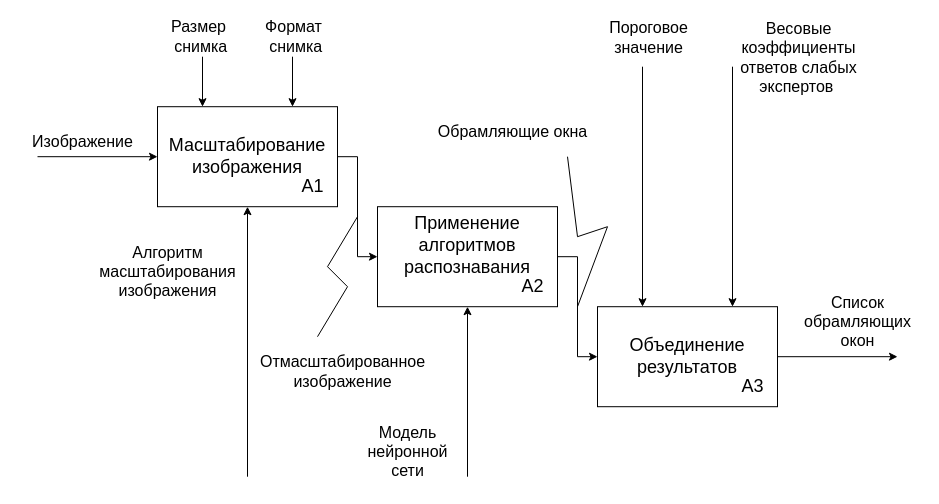
Above: page "method-a1" (13 of 19) of docs/drawio/research-schemas.drawio in migregal/bmstu-iu7-thesis (draw.io), before the change. Source tidied: cells renumbered, new cells numbered last; positions are measured from the earlier drawing's top-left corner, leaving out a move shared by most shapes. Both pictures are drawn from the tidied source at 100%, with x=0, y=0 at pixel (17, 56).
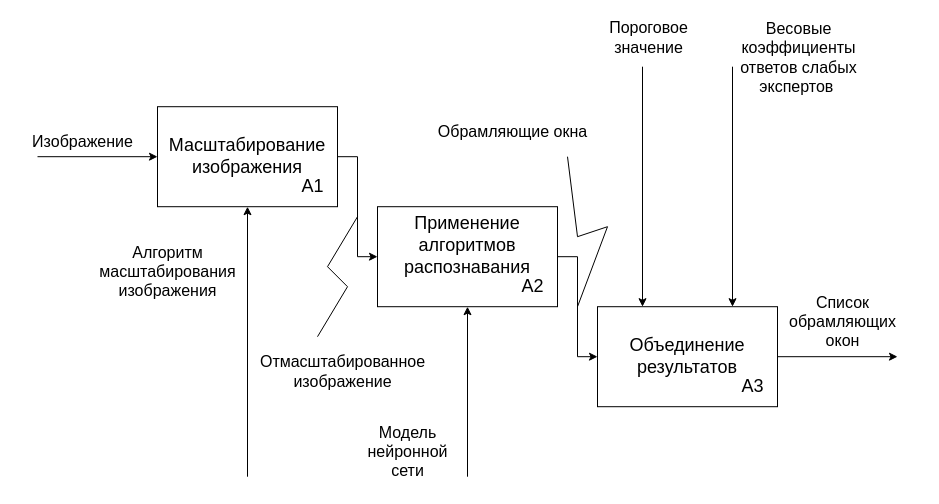
Above is the later version.

The change refers to these unchanged cells:
```xml
<mxCell id="3" value="&lt;span style=&quot;font-size: 18px;&quot;&gt;Масштабирование изображения&lt;/span&gt;" style="rounded=0;whiteSpace=wrap;html=1;" parent="1" vertex="1">
  <mxGeometry x="140" y="50.2" width="180" height="100" as="geometry" />
</mxCell>
```

The edit, as a diff of the source:
```diff
@@
     <mxCell id="12" value="Список&lt;br&gt;обрамляющих&lt;br&gt;окон" style="text;html=1;align=center;verticalAlign=middle;strokeColor=none;fillColor=none;fontSize=16;" parent="1" vertex="1">
-      <mxGeometry x="775" y="230.2" width="130" height="70" as="geometry" />
+      <mxGeometry x="760" y="230.2" width="130" height="70" as="geometry" />
     </mxCell>
@@
-    <mxCell id="24" style="endArrow=classic;html=1;rounded=0;entryX=0.25;entryY=0;entryDx=0;entryDy=0;" parent="1" edge="1" target="3">
-      <mxGeometry relative="1" as="geometry">
-        <mxPoint x="185" y="0.2" as="sourcePoint" />
-      </mxGeometry>
-    </mxCell>
-    <mxCell id="25" value="Размер&lt;br&gt;&amp;nbsp;снимка" style="edgeLabel;html=1;align=center;verticalAlign=middle;fontSize=16;labelBackgroundColor=none;" parent="24" vertex="1">
-      <mxGeometry x="-0.27" y="3" relative="1" as="geometry">
-        <mxPoint x="-8" y="-39" as="offset" />
-      </mxGeometry>
-    </mxCell>
-    <mxCell id="26" style="endArrow=classic;html=1;rounded=0;entryX=0.75;entryY=0;entryDx=0;entryDy=0;" parent="1" edge="1" target="3">
-      <mxGeometry relative="1" as="geometry">
-        <mxPoint x="275" y="0.2" as="sourcePoint" />
-      </mxGeometry>
-    </mxCell>
-    <mxCell id="27" value="Формат&lt;br&gt;&amp;nbsp;снимка" style="edgeLabel;html=1;align=center;verticalAlign=middle;fontSize=16;labelBackgroundColor=none;" parent="26" vertex="1">
-      <mxGeometry x="-0.27" y="3" relative="1" as="geometry">
-        <mxPoint x="-3" y="-39" as="offset" />
-      </mxGeometry>
-    </mxCell>
```
